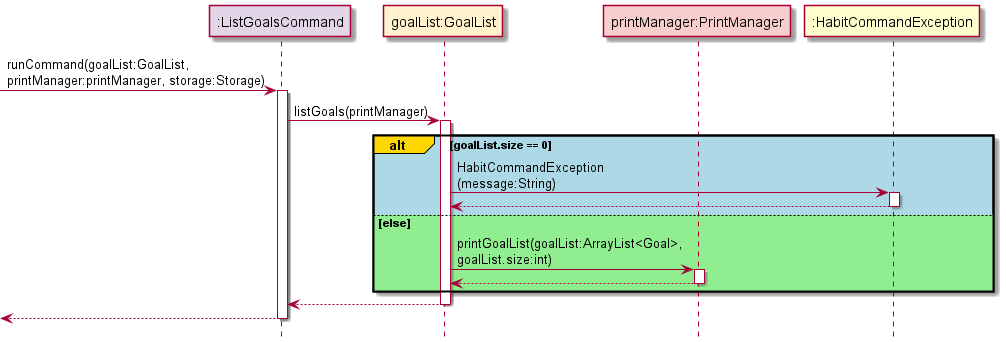
The PlantUML diagram docs/Diagram_Images/Implementation_Diagram_Images/ListGoalsCommandSequenceDiagram.png in nus-cs2113-AY2122S1/tp, before a commit.
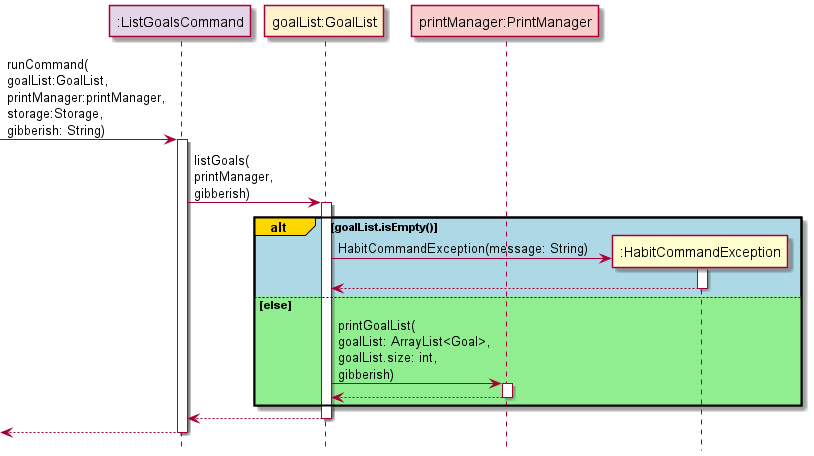
Later version of the same file.

Commit message:
Update ListGoals sequence diagrams

What changed in the source:
```diff
@@ -1,23 +1,26 @@
 @startuml
+
 !include Style.puml
 
 participant ":ListGoalsCommand" as ListGoalsCommand COMMAND_COLOUR
 participant "goalList:GoalList" as goalList GOAL_COLOUR
 participant "printManager:PrintManager" as printManager UI_COLOUR
 
--> ListGoalsCommand: runCommand(goalList:GoalList,\nprintManager:printManager, storage:Storage)
+-> ListGoalsCommand: runCommand(\ngoalList:GoalList,\nprintManager:printManager,\nstorage:Storage,\ngibberish: String)
 activate ListGoalsCommand
 
-ListGoalsCommand -> goalList:  listGoals(printManager)
+ListGoalsCommand -> goalList: listGoals(\nprintManager,\ngibberish)
 activate goalList
-alt#gold #lightblue goalList.size == 0
-    goalList -> ":HabitCommandException": HabitCommandException\n(message:String)
+
+alt#gold #lightblue goalList.isEmpty()
+    create ":HabitCommandException"
+    "goalList" -> ":HabitCommandException": HabitCommandException(message: String)
     activate ":HabitCommandException"
-    ":HabitCommandException" --> goalList
+    return
     deactivate ":HabitCommandException"
 
 else #lightgreen else
-    goalList -> printManager: printGoalList(goalList:ArrayList<Goal>,\ngoalList.size:int)
+    goalList -> printManager: printGoalList(\ngoalList: ArrayList<Goal>,\ngoalList.size: int,\ngibberish)
     activate printManager
     printManager --> goalList
     deactivate printManager
```
